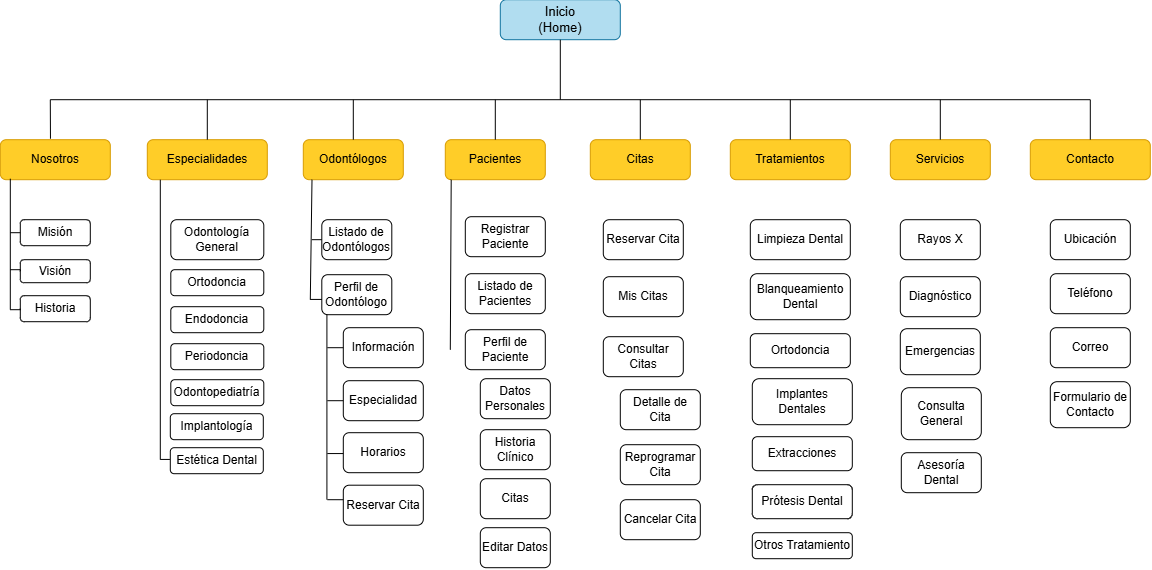
This is sistema web.drawio.png from IngridCruzY/sistema-web-cl-nica-odont-loga, a draw.io export, as it was before one commit. Source tidied: cells renumbered, new cells last; positions are measured from the earlier drawing's top-left corner, leaving out a move shared by most shapes.
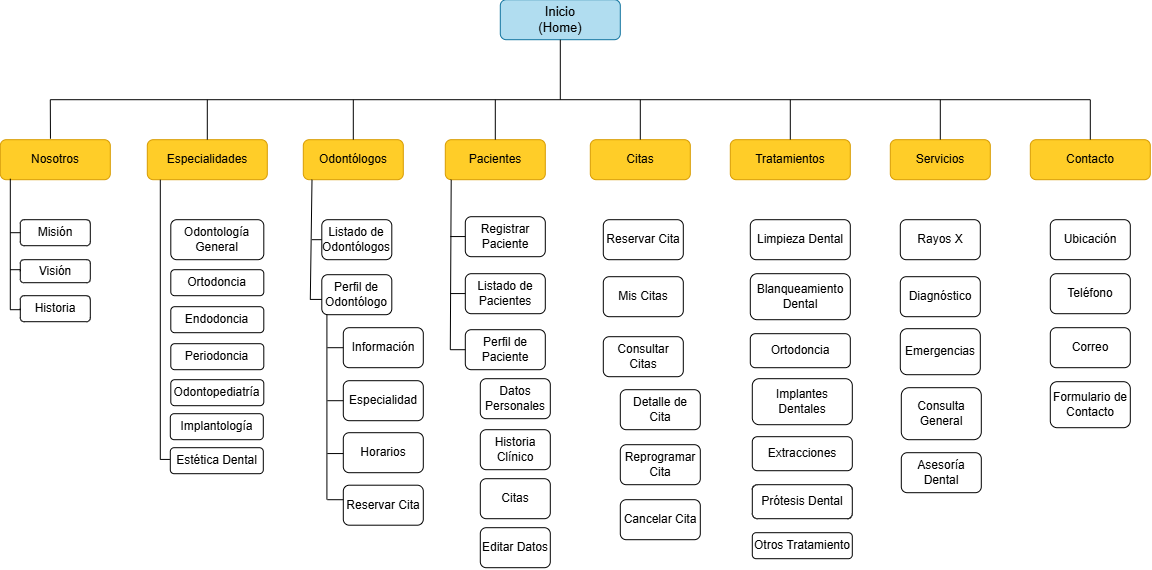
The same diagram one commit later.

Change to the diagram source:
```diff
@@ -303,5 +303,22 @@
         <mxPoint x="450.9" y="180" as="targetPoint" />
       </mxGeometry>
     </mxCell>
+    <mxCell id="81" style="endArrow=none;html=1;rounded=0;entryX=0;entryY=0.5;entryDx=0;entryDy=0;" parent="1" edge="1" target="39">
+      <mxGeometry relative="1" as="geometry">
+        <mxPoint x="450" y="350" as="sourcePoint" />
+      </mxGeometry>
+    </mxCell>
+    <mxCell id="82" style="endArrow=none;html=1;rounded=0;entryX=0;entryY=0.5;entryDx=0;entryDy=0;" parent="1" edge="1">
+      <mxGeometry relative="1" as="geometry">
+        <mxPoint x="450" y="293.9" as="sourcePoint" />
+        <mxPoint x="465" y="293.9" as="targetPoint" />
+      </mxGeometry>
+    </mxCell>
+    <mxCell id="83" style="endArrow=none;html=1;rounded=0;entryX=0;entryY=0.5;entryDx=0;entryDy=0;" parent="1" edge="1">
+      <mxGeometry relative="1" as="geometry">
+        <mxPoint x="450" y="236.9" as="sourcePoint" />
+        <mxPoint x="465" y="236.9" as="targetPoint" />
+      </mxGeometry>
+    </mxCell>
   </root>
 </mxGraphModel>
```
